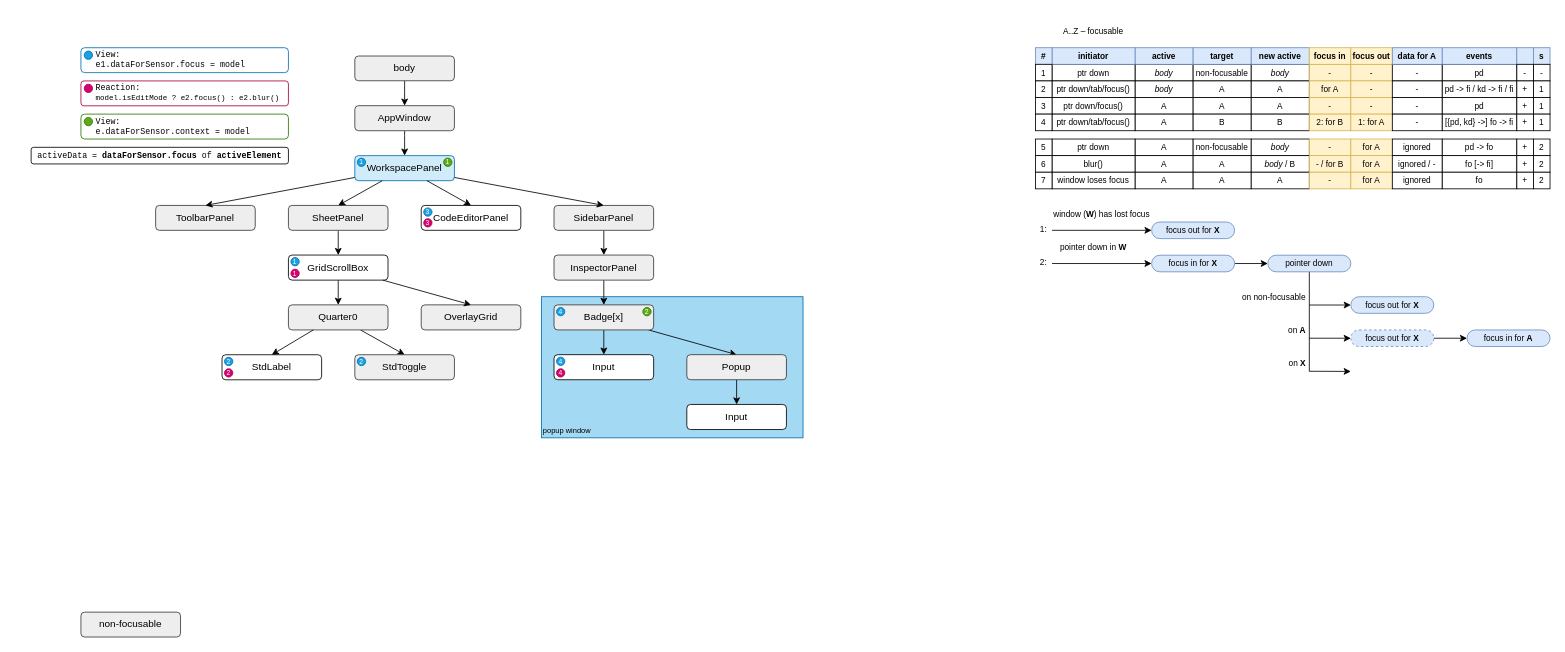
The draw.io diagram page "Focus" (2 of 2) of docs/sensors.drawio in nezaboodka/verstak, before the edit. Source tidied: cells renumbered, new cells numbered last; positions are measured from the earlier drawing's top-left corner, leaving out a move shared by most shapes. Both pictures are drawn from the tidied source at 83%, with x=0, y=0 at pixel (31, 22).
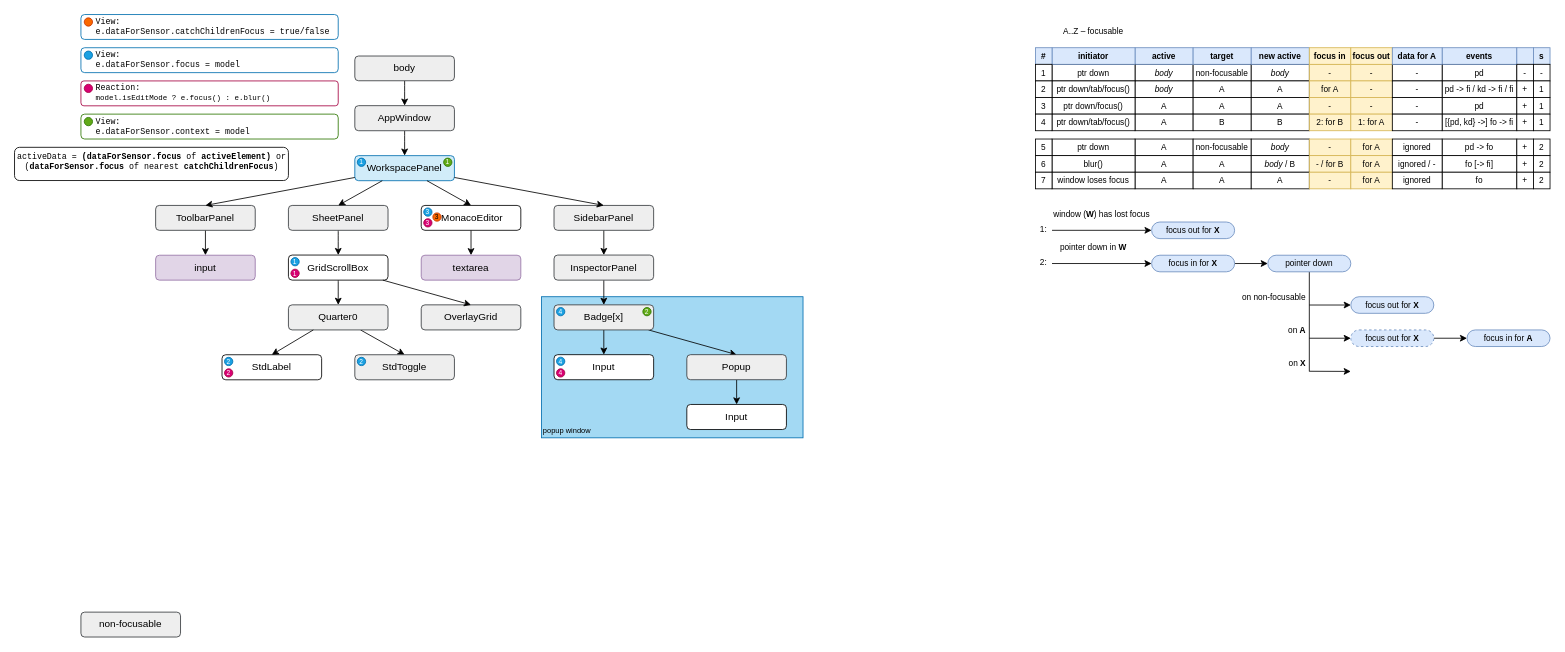
Above is the later version.

Commit message (it also covers changes not shown here):
WIP: focus sensor

The change refers to these unchanged cells:
```xml
<mxCell id="14" value="ToolbarPanel" style="rounded=1;whiteSpace=wrap;html=1;fillColor=#eeeeee;strokeColor=#36393d;" parent="1" vertex="1">
  <mxGeometry x="150" y="220" width="120" height="30" as="geometry" />
</mxCell>
```

Change to the diagram source:
```diff
@@
-    <mxCell id="3" value="View:&lt;br&gt;e1.dataForSensor.focus = model" style="rounded=1;whiteSpace=wrap;html=1;fontFamily=Courier New;fontSize=10;fillColor=none;strokeColor=#006EAF;align=left;spacingLeft=16;" parent="1" vertex="1">
-      <mxGeometry x="60" y="30" width="250" height="30" as="geometry" />
+    <mxCell id="3" value="View:&lt;br&gt;e.dataForSensor.focus = model" style="rounded=1;whiteSpace=wrap;html=1;fontFamily=Courier New;fontSize=10;fillColor=none;strokeColor=#006EAF;align=left;spacingLeft=16;" parent="1" vertex="1">
+      <mxGeometry x="60" y="30" width="310" height="30" as="geometry" />
     </mxCell>
@@
+    <mxCell id="167" style="edgeStyle=none;html=1;entryX=0.5;entryY=0;entryDx=0;entryDy=0;" parent="1" edge="1" source="14" target="170">
+      <mxGeometry relative="1" as="geometry" />
+    </mxCell>
@@
+    <mxCell id="168" style="edgeStyle=none;html=1;entryX=0.5;entryY=0;entryDx=0;entryDy=0;" parent="1" edge="1" source="15" target="169">
+      <mxGeometry relative="1" as="geometry" />
+    </mxCell>
-    <mxCell id="15" value="CodeEditorPanel" style="rounded=1;whiteSpace=wrap;html=1;" parent="1" vertex="1">
+    <mxCell id="15" value="MonacoEditor" style="rounded=1;whiteSpace=wrap;html=1;spacingLeft=3;" parent="1" vertex="1">
       <mxGeometry x="470" y="220" width="120" height="30" as="geometry" />
     </mxCell>
@@
-    <mxCell id="27" value="Reaction:&lt;br&gt;&lt;span style=&quot;font-size: 9px&quot;&gt;model.isEditMode ?&amp;nbsp;&lt;/span&gt;&lt;span style=&quot;font-size: 9px&quot;&gt;e2.focus() :&amp;nbsp;&lt;/span&gt;&lt;span style=&quot;font-size: 9px&quot;&gt;e2.blur()&lt;/span&gt;" style="rounded=1;whiteSpace=wrap;html=1;fontFamily=Courier New;fontSize=10;fillColor=none;strokeColor=#A50040;align=left;spacingLeft=16;fontColor=#000000;verticalAlign=middle;arcSize=12;absoluteArcSize=0;" parent="1" vertex="1">
-      <mxGeometry x="60" y="70" width="250" height="30" as="geometry" />
+    <mxCell id="27" value="Reaction:&lt;br&gt;&lt;span style=&quot;font-size: 9px&quot;&gt;model.isEditMode ?&amp;nbsp;&lt;/span&gt;&lt;span style=&quot;font-size: 9px&quot;&gt;e.focus() :&amp;nbsp;&lt;/span&gt;&lt;span style=&quot;font-size: 9px&quot;&gt;e.blur()&lt;/span&gt;" style="rounded=1;whiteSpace=wrap;html=1;fontFamily=Courier New;fontSize=10;fillColor=none;strokeColor=#A50040;align=left;spacingLeft=16;fontColor=#000000;verticalAlign=middle;arcSize=12;absoluteArcSize=0;" parent="1" vertex="1">
+      <mxGeometry x="60" y="70" width="310" height="30" as="geometry" />
     </mxCell>
@@
-    <mxCell id="123" value="activeData = &lt;b&gt;dataForSensor.focus&lt;/b&gt; of &lt;b&gt;activeElement&lt;/b&gt;" style="rounded=1;whiteSpace=wrap;html=1;fontSize=10;fontFamily=Courier New;" parent="1" vertex="1">
-      <mxGeometry y="150" width="310" height="20" as="geometry" />
+    <mxCell id="123" value="activeData = &lt;b&gt;(dataForSensor.focus&lt;/b&gt; of &lt;b&gt;activeElement) &lt;/b&gt;or&lt;br&gt;(&lt;b style=&quot;border-color: var(--border-color);&quot;&gt;dataForSensor.focus &lt;/b&gt;&lt;span style=&quot;border-color: var(--border-color);&quot;&gt;of nearest &lt;b&gt;catchChildrenFocus&lt;/b&gt;)&lt;/span&gt;" style="rounded=1;html=1;fontSize=10;fontFamily=Courier New;verticalAlign=top;" parent="1" vertex="1">
+      <mxGeometry x="-20" y="150" width="330" height="40" as="geometry" />
     </mxCell>
@@
     <mxCell id="147" value="View:&lt;br&gt;e.dataForSensor.context = model" style="rounded=1;whiteSpace=wrap;html=1;fontFamily=Courier New;fontSize=10;fillColor=none;strokeColor=#2D7600;align=left;spacingLeft=16;fontColor=#000000;" parent="1" vertex="1">
-      <mxGeometry x="60" y="110" width="250" height="30" as="geometry" />
+      <mxGeometry x="60" y="110" width="310" height="30" as="geometry" />
     </mxCell>
@@
+    <mxCell id="169" value="textarea" style="rounded=1;whiteSpace=wrap;html=1;fillColor=#e1d5e7;strokeColor=#9673a6;" parent="1" vertex="1">
+      <mxGeometry x="470" y="280" width="120" height="30" as="geometry" />
+    </mxCell>
+    <mxCell id="170" value="input" style="rounded=1;whiteSpace=wrap;html=1;fillColor=#e1d5e7;strokeColor=#9673a6;" parent="1" vertex="1">
+      <mxGeometry x="150" y="280" width="120" height="30" as="geometry" />
+    </mxCell>
+    <mxCell id="171" value="View:&lt;br&gt;e.dataForSensor.catchChildrenFocus = true/false" style="rounded=1;whiteSpace=wrap;html=1;fontFamily=Courier New;fontSize=10;fillColor=none;strokeColor=#006EAF;align=left;spacingLeft=16;" parent="1" vertex="1">
+      <mxGeometry x="60" y="-10" width="310" height="30" as="geometry" />
+    </mxCell>
+    <mxCell id="172" style="ellipse;whiteSpace=wrap;html=1;fillColor=#fa6800;strokeColor=#C73500;fontColor=#000000;fontSize=8;" parent="1" vertex="1">
+      <mxGeometry x="64" y="-6" width="10" height="10" as="geometry" />
+    </mxCell>
+    <mxCell id="173" value="3" style="ellipse;whiteSpace=wrap;html=1;fillColor=#fa6800;strokeColor=#C73500;fontColor=#000000;fontSize=8;" parent="1" vertex="1">
+      <mxGeometry x="484" y="229" width="10" height="10" as="geometry" />
+    </mxCell>
```
